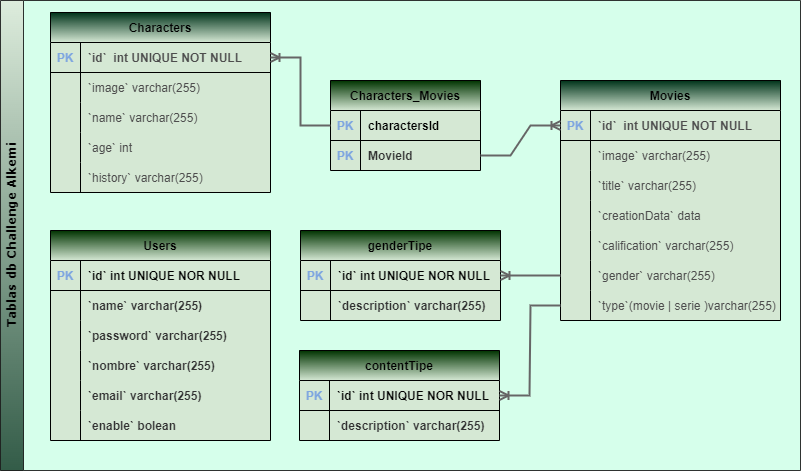
Above: db.png in alekusa/MERN_Backend (draw.io), before the change. Source tidied: cells renumbered, new cells last; positions are measured from the earlier drawing's top-left corner, leaving out a move shared by most shapes.
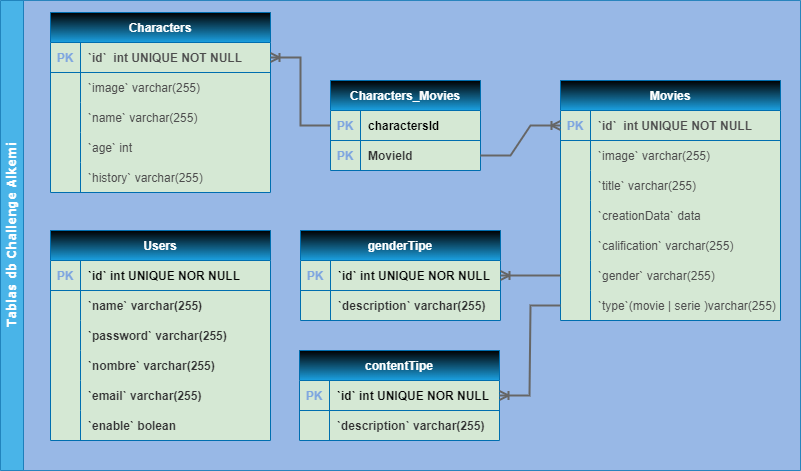
After the commit.

Diff of the diagram source:
```diff
@@ -2,10 +2,10 @@
   <root>
     <mxCell id="0" />
     <mxCell id="1" parent="0" />
-    <mxCell id="2" value="Tablas db Challenge Alkemi" style="swimlane;horizontal=0;whiteSpace=wrap;html=1;fontFamily=Verdana;glass=0;opacity=80;fillColor=#00331A;strokeColor=#000000;fillStyle=auto;gradientColor=#D5E8D4;swimlaneFillColor=#CCFFE6;startSize=23;gradientDirection=north;" parent="1" vertex="1">
+    <mxCell id="2" value="Tablas db Challenge Alkemi" style="swimlane;horizontal=0;whiteSpace=wrap;html=1;fontFamily=Verdana;glass=0;opacity=80;fillColor=#1ba1e2;strokeColor=#006EAF;fillStyle=auto;swimlaneFillColor=#7EA6E0;startSize=23;gradientDirection=north;fontColor=#ffffff;swimlaneLine=1;" parent="1" vertex="1">
       <mxGeometry width="800" height="470" as="geometry" />
     </mxCell>
-    <mxCell id="3" value="Characters_Movies" style="shape=table;startSize=30;rowLines=0;fontStyle=1;align=center;gradientColor=#003300;gradientDirection=north;swimlaneFillColor=#D5E8D4;fontColor=#000000;fillColor=#D5E8D4;" parent="2" vertex="1">
+    <mxCell id="3" value="Characters_Movies" style="shape=table;startSize=30;rowLines=0;fontStyle=1;align=center;gradientDirection=north;swimlaneFillColor=#D5E8D4;fontColor=#ffffff;fillColor=#1ba1e2;strokeColor=#006EAF;gradientColor=default;" parent="2" vertex="1">
       <mxGeometry x="330" y="80" width="150" height="90" as="geometry" />
     </mxCell>
     <mxCell id="4" style="shape=tableRow;horizontal=0;startSize=0;swimlaneHead=0;swimlaneBody=0;fillColor=none;points=[[0,0.5],[1,0.5]];portConstraint=eastwest;strokeColor=inherit;top=0;left=0;right=0;bottom=1;fontColor=#666666;" parent="3" vertex="1">
@@ -26,7 +26,7 @@
     <mxCell id="9" value="MovieId" style="shape=partialRectangle;overflow=hidden;fillColor=none;align=left;strokeColor=inherit;top=0;left=0;bottom=0;right=0;spacingLeft=6;fontColor=#333333;fontStyle=1;" parent="7" vertex="1">
       <mxGeometry x="30" width="120" height="30" as="geometry" />
     </mxCell>
-    <mxCell id="10" value="Characters" style="shape=table;startSize=30;rowLines=0;fontStyle=1;align=center;gradientColor=#00331A;swimlaneFillColor=#D5E8D4;fillColor=#D5E8D4;fontColor=#000000;gradientDirection=north;" parent="2" vertex="1">
+    <mxCell id="10" value="Characters" style="shape=table;startSize=30;rowLines=0;fontStyle=1;align=center;swimlaneFillColor=#D5E8D4;fillColor=#1ba1e2;fontColor=#ffffff;gradientDirection=north;strokeColor=#006EAF;gradientColor=default;" parent="2" vertex="1">
       <mxGeometry x="50" y="12" width="220" height="180" as="geometry" />
     </mxCell>
     <mxCell id="11" style="shape=tableRow;horizontal=0;startSize=0;swimlaneHead=0;swimlaneBody=0;fillColor=none;points=[[0,0.5],[1,0.5]];portConstraint=eastwest;strokeColor=inherit;top=0;left=0;right=0;bottom=1;" parent="10" vertex="1">
@@ -83,7 +83,7 @@
     <mxCell id="28" style="edgeStyle=entityRelationEdgeStyle;fontSize=12;html=1;endArrow=ERoneToMany;rounded=0;labelBackgroundColor=none;strokeColor=#666666;strokeWidth=2;fontColor=#000000;entryX=1;entryY=0.5;entryDx=0;entryDy=0;exitX=0;exitY=0.5;exitDx=0;exitDy=0;" parent="2" edge="1" source="4" target="11">
       <mxGeometry relative="1" as="geometry" />
     </mxCell>
-    <mxCell id="29" value="Movies" style="shape=table;startSize=30;rowLines=0;fontStyle=1;align=center;gradientColor=#00331A;swimlaneFillColor=#D5E8D4;fillColor=#D5E8D4;fontColor=#000000;gradientDirection=north;" parent="2" vertex="1">
+    <mxCell id="29" value="Movies" style="shape=table;startSize=30;rowLines=0;fontStyle=1;align=center;swimlaneFillColor=#D5E8D4;fillColor=#1ba1e2;fontColor=#ffffff;gradientDirection=north;strokeColor=#006EAF;gradientColor=default;" parent="2" vertex="1">
       <mxGeometry x="560" y="80" width="220" height="240" as="geometry" />
     </mxCell>
     <mxCell id="30" style="shape=tableRow;horizontal=0;startSize=0;swimlaneHead=0;swimlaneBody=0;fillColor=none;points=[[0,0.5],[1,0.5]];portConstraint=eastwest;strokeColor=inherit;top=0;left=0;right=0;bottom=1;" parent="29" vertex="1">
@@ -152,7 +152,7 @@
     <mxCell id="51" style="edgeStyle=entityRelationEdgeStyle;fontSize=12;html=1;endArrow=ERoneToMany;rounded=0;labelBackgroundColor=none;strokeColor=#666666;strokeWidth=2;fontColor=#000000;entryX=0;entryY=0.5;entryDx=0;entryDy=0;exitX=1;exitY=0.5;exitDx=0;exitDy=0;" parent="2" edge="1" source="7" target="30">
       <mxGeometry relative="1" as="geometry" />
     </mxCell>
-    <mxCell id="52" value="Users" style="shape=table;startSize=30;rowLines=0;fontStyle=1;align=center;gradientColor=#003300;gradientDirection=north;swimlaneFillColor=#D5E8D4;fontColor=#000000;fillColor=#D5E8D4;" parent="2" vertex="1">
+    <mxCell id="52" value="Users" style="shape=table;startSize=30;rowLines=0;fontStyle=1;align=center;gradientDirection=north;swimlaneFillColor=#D5E8D4;fontColor=#ffffff;fillColor=#1ba1e2;strokeColor=#006EAF;gradientColor=default;" parent="2" vertex="1">
       <mxGeometry x="50" y="230" width="220" height="210" as="geometry" />
     </mxCell>
     <mxCell id="53" style="shape=tableRow;horizontal=0;startSize=0;swimlaneHead=0;swimlaneBody=0;fillColor=none;strokeColor=inherit;top=0;left=0;right=0;bottom=1;fontColor=#666666;" parent="52" vertex="1">
@@ -209,7 +209,7 @@
     <mxCell id="70" value="`enable` bolean" style="shape=partialRectangle;overflow=hidden;fillColor=none;align=left;strokeColor=inherit;top=0;left=0;bottom=0;right=0;spacingLeft=6;fontColor=#333333;fontStyle=1;" parent="68" vertex="1">
       <mxGeometry x="30" width="190" height="30" as="geometry" />
     </mxCell>
-    <mxCell id="71" value="genderTipe" style="shape=table;startSize=30;rowLines=0;fontStyle=1;align=center;gradientColor=#003300;gradientDirection=north;swimlaneFillColor=#D5E8D4;fontColor=#000000;fillColor=#D5E8D4;" parent="2" vertex="1">
+    <mxCell id="71" value="genderTipe" style="shape=table;startSize=30;rowLines=0;fontStyle=1;align=center;gradientDirection=north;swimlaneFillColor=#D5E8D4;fontColor=#ffffff;fillColor=#1ba1e2;strokeColor=#006EAF;gradientColor=default;" parent="2" vertex="1">
       <mxGeometry x="300" y="230" width="200" height="90" as="geometry" />
     </mxCell>
     <mxCell id="72" style="shape=tableRow;horizontal=0;startSize=0;swimlaneHead=0;swimlaneBody=0;fillColor=none;points=[[0,0.5],[1,0.5]];portConstraint=eastwest;strokeColor=inherit;top=0;left=0;right=0;bottom=1;fontColor=#666666;" parent="71" vertex="1">
@@ -230,7 +230,7 @@
     <mxCell id="77" value="`description` varchar(255)" style="shape=partialRectangle;overflow=hidden;fillColor=none;align=left;strokeColor=inherit;top=0;left=0;bottom=0;right=0;spacingLeft=6;fontColor=#333333;fontStyle=1;" parent="75" vertex="1">
       <mxGeometry x="30" width="170" height="30" as="geometry" />
     </mxCell>
-    <mxCell id="78" value="contentTipe" style="shape=table;startSize=30;rowLines=0;fontStyle=1;align=center;gradientColor=#003300;gradientDirection=north;swimlaneFillColor=#D5E8D4;fontColor=#000000;fillColor=#D5E8D4;" parent="2" vertex="1">
+    <mxCell id="78" value="contentTipe" style="shape=table;startSize=30;rowLines=0;fontStyle=1;align=center;gradientDirection=north;swimlaneFillColor=#D5E8D4;fontColor=#ffffff;fillColor=#1ba1e2;strokeColor=#006EAF;gradientColor=default;" parent="2" vertex="1">
       <mxGeometry x="299" y="350" width="200" height="90" as="geometry" />
     </mxCell>
     <mxCell id="79" style="shape=tableRow;horizontal=0;startSize=0;swimlaneHead=0;swimlaneBody=0;fillColor=none;points=[[0,0.5],[1,0.5]];portConstraint=eastwest;strokeColor=inherit;top=0;left=0;right=0;bottom=1;fontColor=#666666;" parent="78" vertex="1">
```
